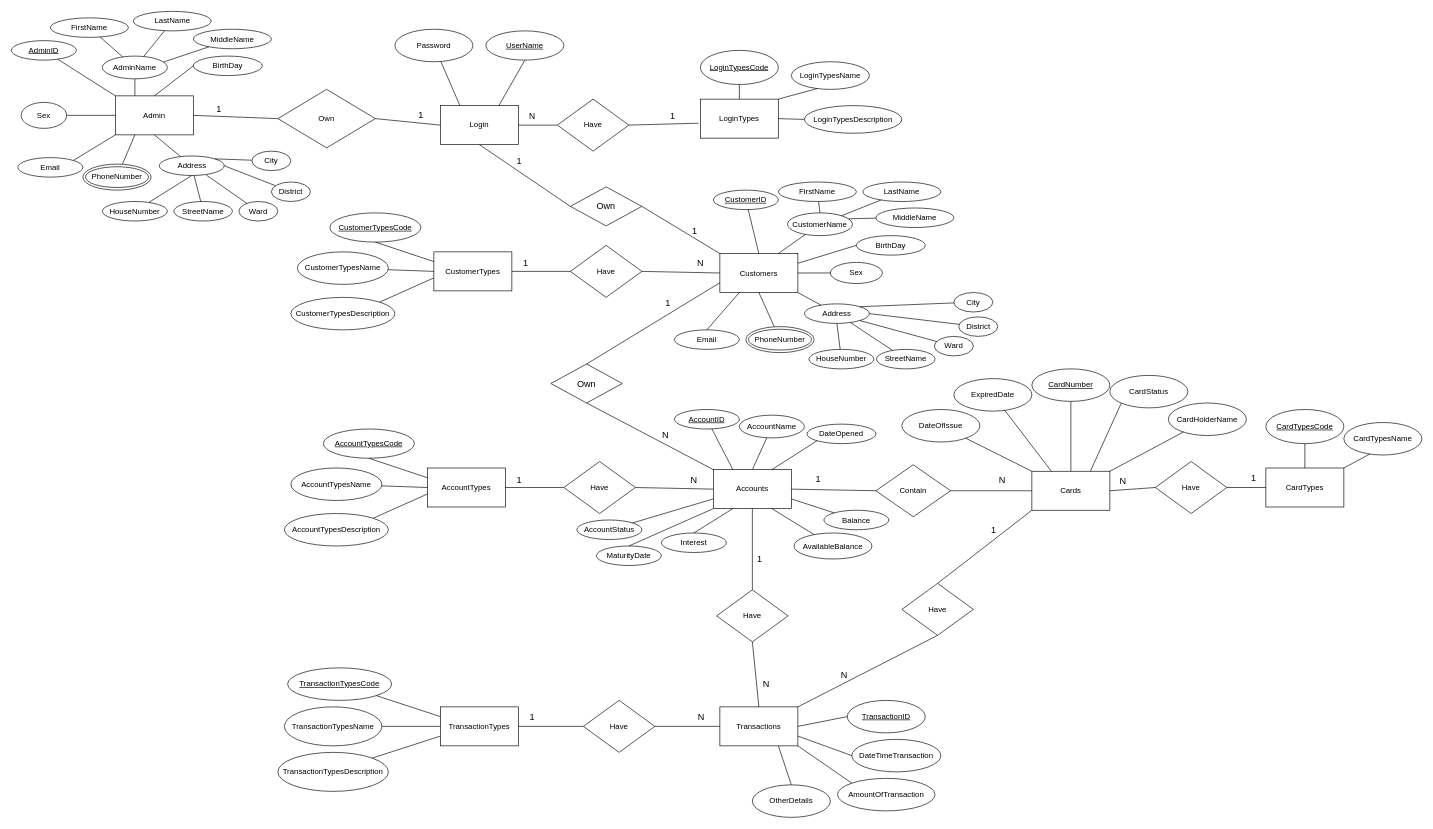
This is page "ERD" (1 of 2) of Documents/Design/ERDBankingSystem.drawio from HungHuuHoang/BankingSystem, a draw.io file, before an edit. Source tidied: cells renumbered, new cells numbered last; positions are measured from the earlier drawing's top-left corner, leaving out a move shared by most shapes. Both pictures are drawn from the tidied source at 65%, with x=0, y=0 at pixel (11, 11).
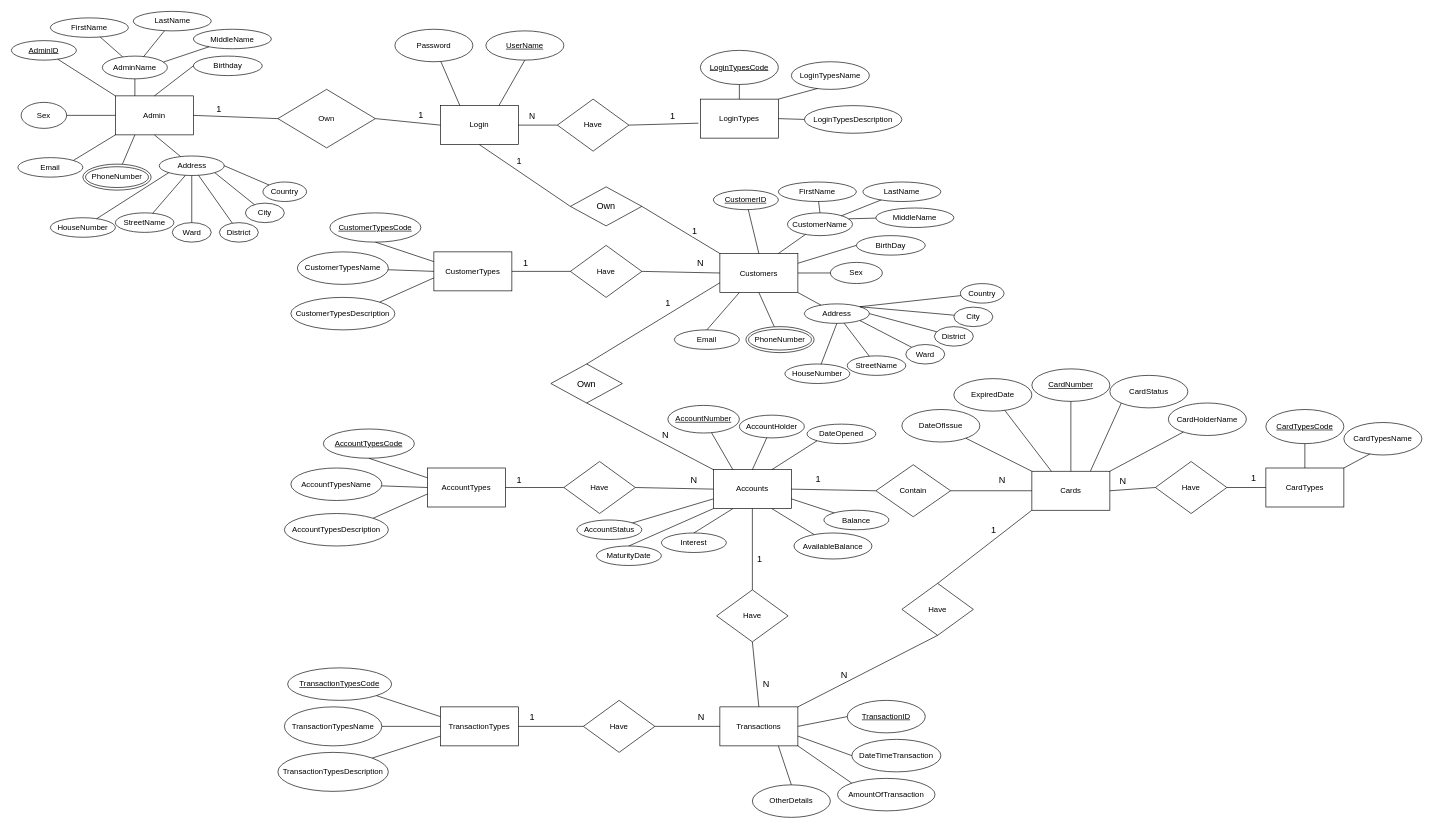
The same diagram, later.

Unchanged cells that the change refers to:
```xml
<mxCell id="40" value="Address" style="ellipse;whiteSpace=wrap;html=1;" parent="1" vertex="1">
  <mxGeometry x="227.5" y="222.5" width="100" height="30" as="geometry" />
</mxCell>
<mxCell id="78" value="Address" style="ellipse;whiteSpace=wrap;html=1;" parent="1" vertex="1">
  <mxGeometry x="1220" y="450" width="100" height="30" as="geometry" />
</mxCell>
```

Diff of the diagram source:
```diff
@@
-    <mxCell id="39" value="BirthDay" style="ellipse;whiteSpace=wrap;html=1;" parent="1" vertex="1">
+    <mxCell id="39" value="Birthday" style="ellipse;whiteSpace=wrap;html=1;" parent="1" vertex="1">
       <mxGeometry x="280" y="68.8" width="106" height="30" as="geometry" />
     </mxCell>
@@
     <mxCell id="53" value="HouseNumber" style="ellipse;whiteSpace=wrap;html=1;" parent="1" vertex="1">
-      <mxGeometry x="140" y="292.5" width="100" height="30" as="geometry" />
+      <mxGeometry x="60" y="317.5" width="100" height="30" as="geometry" />
     </mxCell>
     <mxCell id="54" value="StreetName" style="ellipse;whiteSpace=wrap;html=1;" parent="1" vertex="1">
-      <mxGeometry x="250" y="292.5" width="90" height="30" as="geometry" />
+      <mxGeometry x="160" y="310" width="90" height="30" as="geometry" />
     </mxCell>
     <mxCell id="55" value="Ward" style="ellipse;whiteSpace=wrap;html=1;" parent="1" vertex="1">
-      <mxGeometry x="350" y="292.5" width="60" height="30" as="geometry" />
+      <mxGeometry x="247.5" y="325" width="60" height="30" as="geometry" />
     </mxCell>
     <mxCell id="56" value="District" style="ellipse;whiteSpace=wrap;html=1;" parent="1" vertex="1">
-      <mxGeometry x="400" y="262.5" width="60" height="30" as="geometry" />
+      <mxGeometry x="320" y="325" width="60" height="30" as="geometry" />
     </mxCell>
-    <mxCell id="57" style="endArrow=none;html=1;entryX=0.5;entryY=1;entryDx=0;entryDy=0;" parent="1" edge="1" source="53" target="40">
+    <mxCell id="57" style="endArrow=none;html=1;entryX=0;entryY=1;entryDx=0;entryDy=0;" parent="1" edge="1" source="53" target="40">
       <mxGeometry relative="1" as="geometry" />
     </mxCell>
-    <mxCell id="58" style="endArrow=none;html=1;" parent="1" edge="1" source="40" target="54">
+    <mxCell id="58" style="endArrow=none;html=1;exitX=0.405;exitY=0.983;exitDx=0;exitDy=0;exitPerimeter=0;" parent="1" edge="1" source="40" target="54">
       <mxGeometry relative="1" as="geometry" />
     </mxCell>
-    <mxCell id="59" style="endArrow=none;html=1;exitX=0.725;exitY=0.98;exitDx=0;exitDy=0;exitPerimeter=0;" parent="1" edge="1" source="40" target="55">
+    <mxCell id="59" style="endArrow=none;html=1;exitX=0.5;exitY=1;exitDx=0;exitDy=0;" parent="1" edge="1" source="40" target="55">
       <mxGeometry relative="1" as="geometry" />
     </mxCell>
-    <mxCell id="60" style="endArrow=none;html=1;entryX=1;entryY=0.5;entryDx=0;entryDy=0;" parent="1" edge="1" source="56" target="40">
+    <mxCell id="60" style="endArrow=none;html=1;" parent="1" edge="1" source="56" target="40">
       <mxGeometry relative="1" as="geometry" />
     </mxCell>
     <mxCell id="61" value="City" style="ellipse;whiteSpace=wrap;html=1;" parent="1" vertex="1">
-      <mxGeometry x="370" y="215" width="60" height="30" as="geometry" />
+      <mxGeometry x="360" y="295" width="60" height="30" as="geometry" />
     </mxCell>
-    <mxCell id="62" style="endArrow=none;html=1;entryX=1;entryY=0;entryDx=0;entryDy=0;" parent="1" edge="1" source="61" target="40">
+    <mxCell id="62" style="endArrow=none;html=1;entryX=1;entryY=1;entryDx=0;entryDy=0;" parent="1" edge="1" source="61" target="40">
       <mxGeometry relative="1" as="geometry" />
     </mxCell>
@@
     <mxCell id="91" value="HouseNumber" style="ellipse;whiteSpace=wrap;html=1;" parent="1" vertex="1">
-      <mxGeometry x="1227" y="520" width="100" height="30" as="geometry" />
+      <mxGeometry x="1190" y="542.5" width="100" height="30" as="geometry" />
     </mxCell>
     <mxCell id="92" value="StreetName" style="ellipse;whiteSpace=wrap;html=1;" parent="1" vertex="1">
-      <mxGeometry x="1331" y="520" width="90" height="30" as="geometry" />
+      <mxGeometry x="1286" y="530" width="90" height="30" as="geometry" />
     </mxCell>
     <mxCell id="93" value="Ward" style="ellipse;whiteSpace=wrap;html=1;" parent="1" vertex="1">
-      <mxGeometry x="1420" y="500" width="60" height="30" as="geometry" />
+      <mxGeometry x="1376" y="512.5" width="60" height="30" as="geometry" />
     </mxCell>
     <mxCell id="94" value="District" style="ellipse;whiteSpace=wrap;html=1;" parent="1" vertex="1">
-      <mxGeometry x="1457.5" y="470" width="60" height="30" as="geometry" />
+      <mxGeometry x="1420" y="485" width="60" height="30" as="geometry" />
     </mxCell>
@@
     <mxCell id="99" value="City" style="ellipse;whiteSpace=wrap;html=1;" parent="1" vertex="1">
-      <mxGeometry x="1450" y="432.5" width="60" height="30" as="geometry" />
+      <mxGeometry x="1450" y="455" width="60" height="30" as="geometry" />
     </mxCell>
@@
-    <mxCell id="116" value="AccountID" style="ellipse;whiteSpace=wrap;html=1;fontStyle=4;" parent="1" vertex="1">
-      <mxGeometry x="1020" y="612.5" width="100" height="30" as="geometry" />
+    <mxCell id="116" value="AccountNumber" style="ellipse;whiteSpace=wrap;html=1;fontStyle=4;" parent="1" vertex="1">
+      <mxGeometry x="1010" y="606.2" width="110" height="42.5" as="geometry" />
     </mxCell>
-    <mxCell id="117" value="AccountName" style="ellipse;whiteSpace=wrap;html=1;" parent="1" vertex="1">
+    <mxCell id="117" value="AccountHolder" style="ellipse;whiteSpace=wrap;html=1;" parent="1" vertex="1">
       <mxGeometry x="1120" y="621.2" width="100" height="35" as="geometry" />
     </mxCell>
@@
+    <mxCell id="194" value="Country" style="ellipse;whiteSpace=wrap;html=1;" parent="1" vertex="1">
+      <mxGeometry x="387" y="262.5" width="67.1" height="30" as="geometry" />
+    </mxCell>
+    <mxCell id="195" style="endArrow=none;html=1;entryX=1;entryY=0.5;entryDx=0;entryDy=0;" parent="1" edge="1" source="194" target="40">
+      <mxGeometry relative="1" as="geometry" />
+    </mxCell>
+    <mxCell id="196" value="Country" style="ellipse;whiteSpace=wrap;html=1;" parent="1" vertex="1">
+      <mxGeometry x="1460" y="418.8" width="67.1" height="30" as="geometry" />
+    </mxCell>
+    <mxCell id="197" style="endArrow=none;html=1;entryX=1;entryY=0;entryDx=0;entryDy=0;" parent="1" edge="1" source="196" target="78">
+      <mxGeometry relative="1" as="geometry" />
+    </mxCell>
```
